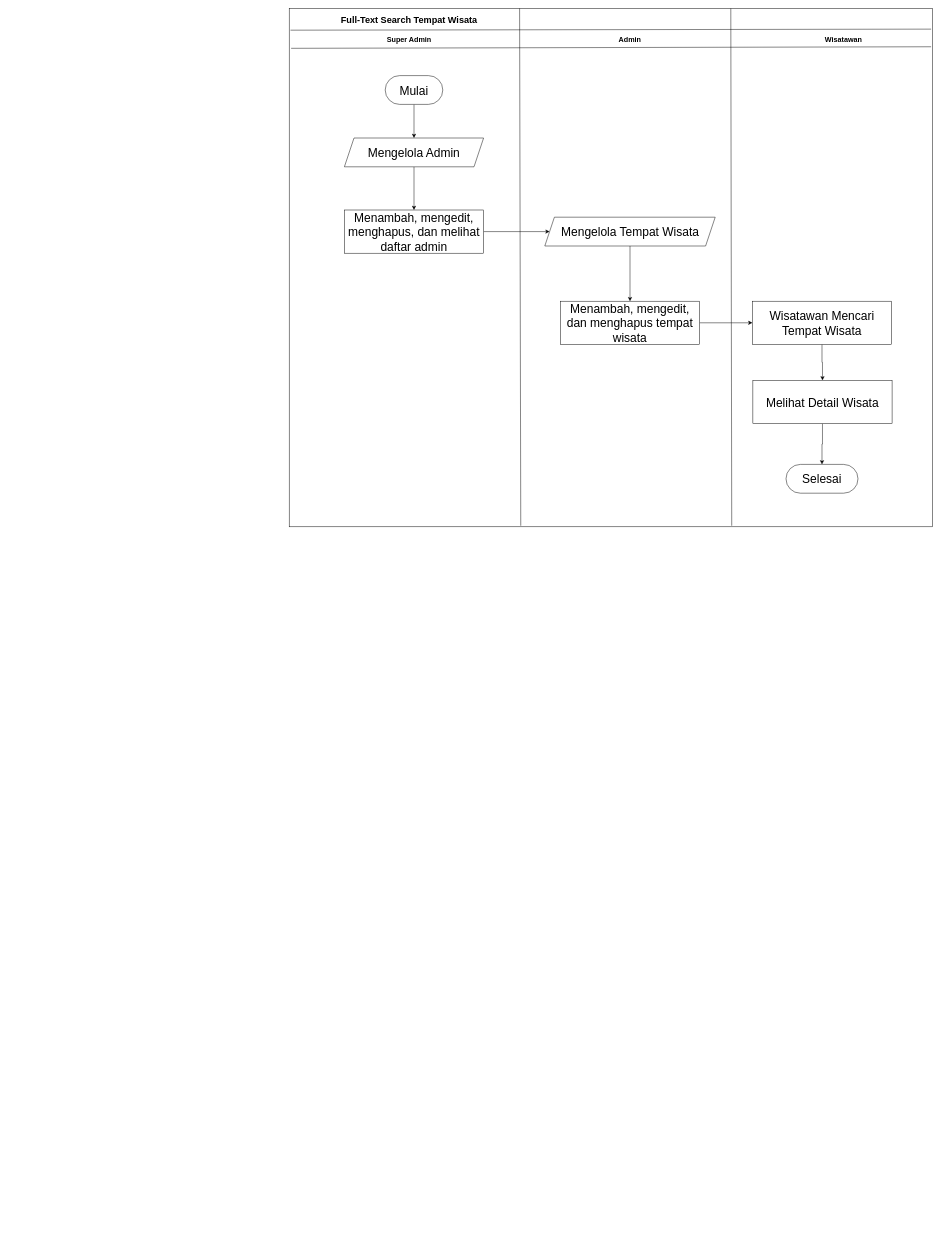
agungsaraswati/UML keeps this draw.io diagram as page "Flowmap Diagram" (1 of 7) of Untitled Diagram.drawio. Above is the earlier version. Source tidied: cells renumbered, new cells numbered last; positions are measured from the earlier drawing's top-left corner, leaving out a move shared by most shapes. Both pictures are drawn from the tidied source at 48%, with x=0, y=0 at pixel (289, 8).
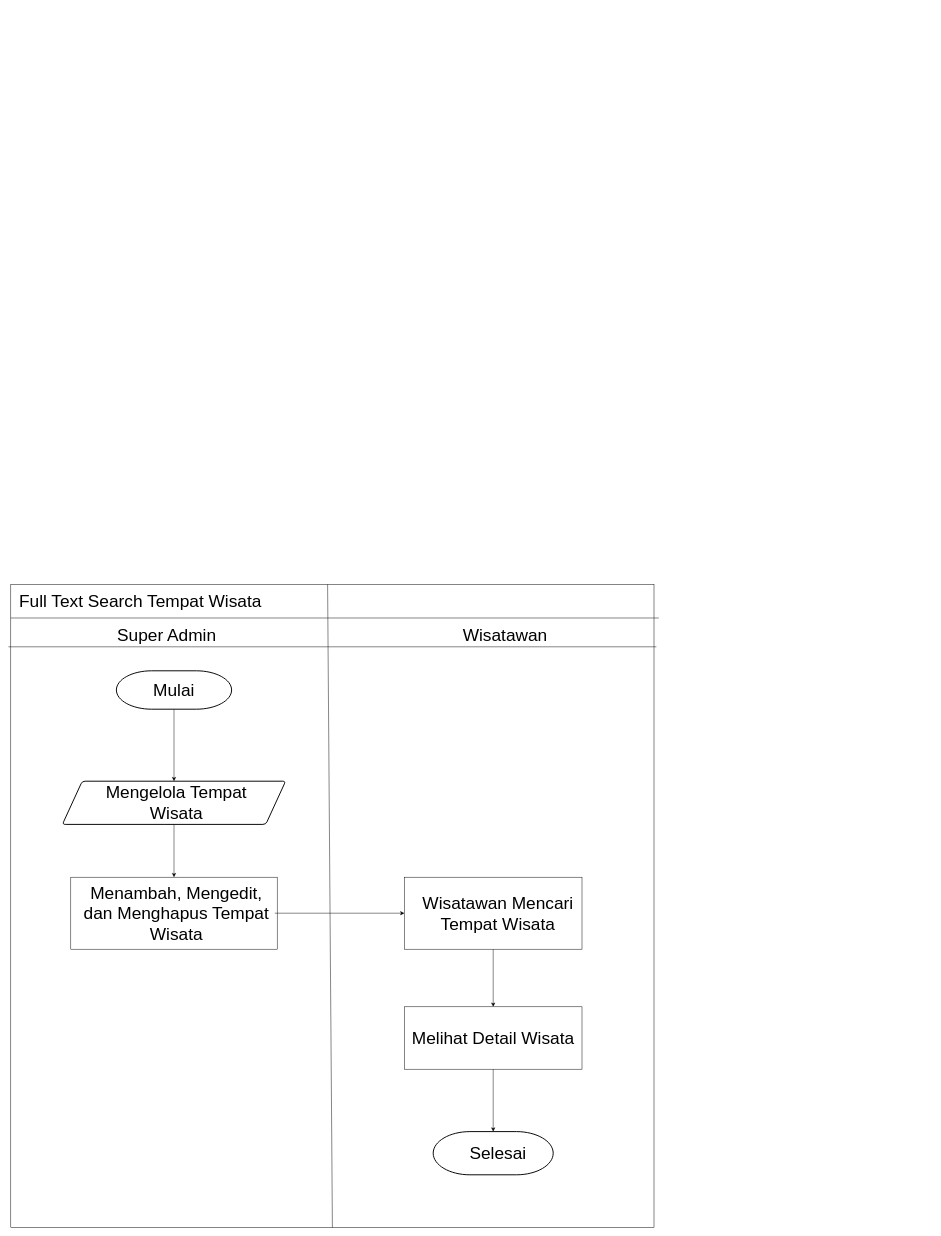
The same page after the edit.

The edit, as a diff of the source:
```diff
@@
-    <mxCell id="2" style="rounded=0;whiteSpace=wrap;html=1;" parent="1" vertex="1">
-      <mxGeometry width="1340" height="1080" as="geometry" />
-    </mxCell>
-    <mxCell id="3" style="edgeStyle=orthogonalEdgeStyle;rounded=0;jettySize=auto;html=1;entryX=0.5;entryY=0;entryDx=0;entryDy=0;" parent="1" edge="1" source="4" target="14">
-      <mxGeometry relative="1" as="geometry" />
-    </mxCell>
+    <mxCell id="26" style="whiteSpace=wrap;html=1;" parent="1" vertex="1">
+      <mxGeometry x="-580" y="1200" width="1340" height="1340" as="geometry" />
+    </mxCell>
+    <mxCell id="27" style="endArrow=none;html=1;rounded=0;exitX=0;exitY=0.112;exitDx=0;exitDy=0;exitPerimeter=0;" parent="1" edge="1">
+      <mxGeometry relative="1" as="geometry">
+        <mxPoint x="-580" y="1270" as="sourcePoint" />
+        <mxPoint x="770" y="1270" as="targetPoint" />
+      </mxGeometry>
+    </mxCell>
+    <mxCell id="28" style="endArrow=none;html=1;rounded=0;exitX=0;exitY=0.112;exitDx=0;exitDy=0;exitPerimeter=0;" parent="1" edge="1">
+      <mxGeometry relative="1" as="geometry">
+        <mxPoint x="-585" y="1330" as="sourcePoint" />
+        <mxPoint x="765" y="1330" as="targetPoint" />
+      </mxGeometry>
+    </mxCell>
+    <mxCell id="29" style="endArrow=none;html=1;rounded=0;entryX=0.5;entryY=0;entryDx=0;entryDy=0;exitX=0.5;exitY=1;exitDx=0;exitDy=0;" parent="1" edge="1" source="26">
+      <mxGeometry relative="1" as="geometry">
+        <mxPoint x="80" y="1200" as="targetPoint" />
+      </mxGeometry>
+    </mxCell>
+    <mxCell id="10" value="&lt;font style=&quot;font-size: 36px;&quot;&gt;Super Admin&lt;/font&gt;" style="text;html=1;align=center;verticalAlign=middle;whiteSpace=wrap;rounded=0;" parent="1" vertex="1">
+      <mxGeometry x="-370" y="1290" width="230" height="30" as="geometry" />
+    </mxCell>
+    <mxCell id="8" value="&lt;font style=&quot;font-size: 36px;&quot;&gt;Wisatawan&lt;/font&gt;" style="text;html=1;align=center;verticalAlign=middle;whiteSpace=wrap;rounded=0;" parent="1" vertex="1">
+      <mxGeometry x="335" y="1290" width="230" height="30" as="geometry" />
+    </mxCell>
+    <mxCell id="30" value="&lt;font style=&quot;font-size: 36px;&quot;&gt;Full Text Search Tempat Wisata&lt;/font&gt;" style="text;html=1;align=center;verticalAlign=middle;whiteSpace=wrap;rounded=0;" parent="1" vertex="1">
+      <mxGeometry x="-580" y="1220" width="540" height="30" as="geometry" />
+    </mxCell>
+    <mxCell id="31" style="edgeStyle=orthogonalEdgeStyle;rounded=0;jettySize=auto;html=1;entryX=0.5;entryY=0;entryDx=0;entryDy=0;" parent="1" edge="1" source="32" target="35">
+      <mxGeometry relative="1" as="geometry" />
+    </mxCell>
+    <mxCell id="32" style="strokeWidth=2;html=1;shape=mxgraph.flowchart.terminator;whiteSpace=wrap;" parent="1" vertex="1">
+      <mxGeometry x="-360" y="1380" width="240" height="80" as="geometry" />
+    </mxCell>
-    <mxCell id="4" value="&lt;font style=&quot;font-size: 25px;&quot;&gt;Mulai&lt;/font&gt;" style="rounded=1;whiteSpace=wrap;html=1;arcSize=50;" parent="1" vertex="1">
-      <mxGeometry x="200" y="140" width="120" height="60" as="geometry" />
+    <mxCell id="4" value="&lt;font style=&quot;font-size: 36px;&quot;&gt;Mulai&lt;/font&gt;" style="text;html=1;align=center;verticalAlign=middle;whiteSpace=wrap;rounded=0;" parent="1" vertex="1">
+      <mxGeometry x="-270" y="1405" width="60" height="30" as="geometry" />
     </mxCell>
-    <mxCell id="5" value="&lt;font style=&quot;font-size: 19px;&quot;&gt;&lt;b&gt;Full-Text Search Tempat Wisata&lt;/b&gt;&lt;/font&gt;" style="text;html=1;align=center;verticalAlign=middle;whiteSpace=wrap;rounded=0;" parent="1" vertex="1">
-      <mxGeometry x="90" y="10" width="320" height="30" as="geometry" />
-    </mxCell>
-    <mxCell id="6" style="endArrow=none;html=1;rounded=0;entryX=0.002;entryY=0.042;entryDx=0;entryDy=0;entryPerimeter=0;exitX=0.998;exitY=0.04;exitDx=0;exitDy=0;exitPerimeter=0;" parent="1" edge="1" source="2" target="2">
-      <mxGeometry relative="1" as="geometry" />
-    </mxCell>
-    <mxCell id="7" style="endArrow=none;html=1;rounded=0;entryX=0.003;entryY=0.077;entryDx=0;entryDy=0;entryPerimeter=0;exitX=0.998;exitY=0.074;exitDx=0;exitDy=0;exitPerimeter=0;" parent="1" edge="1" source="2" target="2">
-      <mxGeometry relative="1" as="geometry" />
-    </mxCell>
-    <mxCell id="8" value="&lt;span style=&quot;font-size: 15px;&quot;&gt;Wisatawan&lt;/span&gt;" style="text;html=1;align=center;verticalAlign=middle;whiteSpace=wrap;rounded=0;fontStyle=1;" parent="1" vertex="1">
-      <mxGeometry x="1125" y="50" width="60" height="30" as="geometry" />
-    </mxCell>
-    <mxCell id="9" value="&lt;span style=&quot;font-size: 15px;&quot;&gt;Admin&lt;/span&gt;" style="text;html=1;align=center;verticalAlign=middle;whiteSpace=wrap;rounded=0;fontStyle=1;" parent="1" vertex="1">
-      <mxGeometry x="680" y="50" width="60" height="30" as="geometry" />
-    </mxCell>
-    <mxCell id="10" value="&lt;font style=&quot;font-size: 15px;&quot;&gt;Super Admin&lt;/font&gt;" style="text;html=1;align=center;verticalAlign=middle;whiteSpace=wrap;rounded=0;fontStyle=1;" parent="1" vertex="1">
-      <mxGeometry x="195" y="50" width="110" height="30" as="geometry" />
-    </mxCell>
-    <mxCell id="11" style="endArrow=none;html=1;rounded=0;entryX=0.36;entryY=0.998;entryDx=0;entryDy=0;exitX=0.25;exitY=0;exitDx=0;exitDy=0;entryPerimeter=0;" parent="1" edge="1" target="2">
-      <mxGeometry relative="1" as="geometry">
-        <mxPoint x="480" as="sourcePoint" />
-      </mxGeometry>
-    </mxCell>
-    <mxCell id="12" style="endArrow=none;html=1;rounded=0;entryX=0.75;entryY=0;entryDx=0;entryDy=0;exitX=0.688;exitY=0.998;exitDx=0;exitDy=0;exitPerimeter=0;" parent="1" edge="1" source="2">
-      <mxGeometry relative="1" as="geometry">
-        <mxPoint x="920" as="targetPoint" />
-      </mxGeometry>
-    </mxCell>
-    <mxCell id="13" style="edgeStyle=orthogonalEdgeStyle;rounded=0;jettySize=auto;html=1;entryX=0.5;entryY=0;entryDx=0;entryDy=0;" parent="1" edge="1" source="14" target="16">
-      <mxGeometry relative="1" as="geometry" />
-    </mxCell>
-    <mxCell id="14" value="&lt;font style=&quot;font-size: 25px;&quot;&gt;Mengelola Admin&lt;/font&gt;" style="shape=parallelogram;perimeter=parallelogramPerimeter;whiteSpace=wrap;html=1;fixedSize=1;" parent="1" vertex="1">
-      <mxGeometry x="115" y="270" width="290" height="60" as="geometry" />
-    </mxCell>
-    <mxCell id="15" style="edgeStyle=orthogonalEdgeStyle;rounded=0;jettySize=auto;html=1;entryX=0;entryY=0.5;entryDx=0;entryDy=0;" parent="1" edge="1" source="16" target="18">
-      <mxGeometry relative="1" as="geometry" />
-    </mxCell>
-    <mxCell id="16" value="&lt;font style=&quot;font-size: 25px;&quot;&gt;Menambah, mengedit, menghapus, dan melihat daftar admin&lt;/font&gt;" style="rounded=0;whiteSpace=wrap;html=1;" parent="1" vertex="1">
-      <mxGeometry x="115" y="420" width="290" height="90" as="geometry" />
-    </mxCell>
-    <mxCell id="17" style="edgeStyle=orthogonalEdgeStyle;rounded=0;jettySize=auto;html=1;entryX=0.5;entryY=0;entryDx=0;entryDy=0;" parent="1" edge="1" source="18" target="20">
-      <mxGeometry relative="1" as="geometry" />
-    </mxCell>
+    <mxCell id="33" style="edgeStyle=orthogonalEdgeStyle;rounded=0;jettySize=auto;html=1;exitX=1;exitY=1;exitDx=0;exitDy=0;entryX=1;entryY=0.75;entryDx=0;entryDy=0;" parent="1" edge="1" source="35" target="18">
+      <mxGeometry relative="1" as="geometry" />
+    </mxCell>
+    <mxCell id="34" style="edgeStyle=orthogonalEdgeStyle;rounded=0;jettySize=auto;html=1;entryX=0.5;entryY=0;entryDx=0;entryDy=0;" parent="1" edge="1" source="35" target="36">
+      <mxGeometry relative="1" as="geometry" />
+    </mxCell>
+    <mxCell id="35" style="shape=parallelogram;html=1;strokeWidth=2;perimeter=parallelogramPerimeter;whiteSpace=wrap;rounded=1;arcSize=12;size=0.08870967741935484;" parent="1" vertex="1">
+      <mxGeometry x="-472.5" y="1610" width="465" height="90" as="geometry" />
+    </mxCell>
-    <mxCell id="18" value="&lt;font style=&quot;font-size: 25px;&quot;&gt;Mengelola Tempat Wisata&lt;/font&gt;" style="shape=parallelogram;perimeter=parallelogramPerimeter;whiteSpace=wrap;html=1;fixedSize=1;" parent="1" vertex="1">
-      <mxGeometry x="532.5" y="435" width="355" height="60" as="geometry" />
+    <mxCell id="18" value="&lt;font style=&quot;font-size: 36px;&quot;&gt;Mengelola Tempat Wisata&lt;/font&gt;" style="text;html=1;align=center;verticalAlign=middle;whiteSpace=wrap;rounded=0;" parent="1" vertex="1">
+      <mxGeometry x="-410" y="1640" width="350" height="30" as="geometry" />
     </mxCell>
-    <mxCell id="19" style="edgeStyle=orthogonalEdgeStyle;rounded=0;jettySize=auto;html=1;entryX=0;entryY=0.5;entryDx=0;entryDy=0;" parent="1" edge="1" source="20" target="22">
-      <mxGeometry relative="1" as="geometry" />
-    </mxCell>
-    <mxCell id="20" value="&lt;font style=&quot;font-size: 25px;&quot;&gt;Menambah, mengedit, dan menghapus tempat wisata&lt;/font&gt;" style="rounded=0;whiteSpace=wrap;html=1;" parent="1" vertex="1">
-      <mxGeometry x="565" y="610" width="290" height="90" as="geometry" />
-    </mxCell>
-    <mxCell id="21" style="edgeStyle=orthogonalEdgeStyle;rounded=0;jettySize=auto;html=1;entryX=0.5;entryY=0;entryDx=0;entryDy=0;" parent="1" edge="1" source="22" target="24">
-      <mxGeometry relative="1" as="geometry" />
-    </mxCell>
+    <mxCell id="36" style="rounded=0;whiteSpace=wrap;html=1;" parent="1" vertex="1">
+      <mxGeometry x="-455" y="1810" width="430" height="150" as="geometry" />
+    </mxCell>
+    <mxCell id="37" style="edgeStyle=orthogonalEdgeStyle;rounded=0;jettySize=auto;html=1;entryX=0;entryY=0.5;entryDx=0;entryDy=0;" parent="1" edge="1" source="38" target="40">
+      <mxGeometry relative="1" as="geometry" />
+    </mxCell>
+    <mxCell id="38" value="&lt;font style=&quot;font-size: 36px;&quot;&gt;Menambah, Mengedit, dan Menghapus Tempat Wisata&lt;/font&gt;" style="text;html=1;align=center;verticalAlign=middle;whiteSpace=wrap;rounded=0;" parent="1" vertex="1">
+      <mxGeometry x="-440" y="1870" width="410" height="30" as="geometry" />
+    </mxCell>
+    <mxCell id="39" style="edgeStyle=orthogonalEdgeStyle;rounded=0;jettySize=auto;html=1;entryX=0.5;entryY=0;entryDx=0;entryDy=0;" parent="1" edge="1" source="40" target="41">
+      <mxGeometry relative="1" as="geometry" />
+    </mxCell>
+    <mxCell id="40" style="rounded=0;whiteSpace=wrap;html=1;" parent="1" vertex="1">
+      <mxGeometry x="240" y="1810" width="370" height="150" as="geometry" />
+    </mxCell>
-    <mxCell id="22" value="&lt;font style=&quot;font-size: 25px;&quot;&gt;Wisatawan Mencari Tempat Wisata&lt;/font&gt;" style="rounded=0;whiteSpace=wrap;html=1;" parent="1" vertex="1">
-      <mxGeometry x="965" y="610" width="290" height="90" as="geometry" />
+    <mxCell id="22" value="&lt;font style=&quot;font-size: 36px;&quot;&gt;Wisatawan Mencari Tempat Wisata&lt;/font&gt;" style="text;html=1;align=center;verticalAlign=middle;whiteSpace=wrap;rounded=0;" parent="1" vertex="1">
+      <mxGeometry x="270" y="1870" width="330" height="30" as="geometry" />
     </mxCell>
-    <mxCell id="23" style="edgeStyle=orthogonalEdgeStyle;rounded=0;jettySize=auto;html=1;entryX=0.5;entryY=0;entryDx=0;entryDy=0;" parent="1" edge="1" source="24" target="25">
-      <mxGeometry relative="1" as="geometry" />
-    </mxCell>
+    <mxCell id="41" style="rounded=0;whiteSpace=wrap;html=1;" parent="1" vertex="1">
+      <mxGeometry x="240" y="2080" width="370" height="130" as="geometry" />
+    </mxCell>
-    <mxCell id="24" value="&lt;font style=&quot;font-size: 25px;&quot;&gt;Melihat Detail Wisata&lt;/font&gt;" style="rounded=0;whiteSpace=wrap;html=1;" parent="1" vertex="1">
-      <mxGeometry x="966" y="775" width="290" height="90" as="geometry" />
+    <mxCell id="24" value="&lt;font style=&quot;font-size: 36px;&quot;&gt;Melihat Detail Wisata&lt;/font&gt;" style="text;html=1;align=center;verticalAlign=middle;whiteSpace=wrap;rounded=0;" parent="1" vertex="1">
+      <mxGeometry x="250" y="2130" width="350" height="30" as="geometry" />
     </mxCell>
+    <mxCell id="42" style="strokeWidth=2;html=1;shape=mxgraph.flowchart.terminator;whiteSpace=wrap;" parent="1" vertex="1">
+      <mxGeometry x="300" y="2340" width="250" height="90" as="geometry" />
+    </mxCell>
-    <mxCell id="25" value="&lt;font style=&quot;font-size: 25px;&quot;&gt;Selesai&lt;/font&gt;" style="rounded=1;whiteSpace=wrap;html=1;arcSize=50;" parent="1" vertex="1">
-      <mxGeometry x="1035" y="950" width="150" height="60" as="geometry" />
+    <mxCell id="25" value="&lt;font style=&quot;font-size: 36px;&quot;&gt;Selesai&lt;/font&gt;" style="text;html=1;align=center;verticalAlign=middle;whiteSpace=wrap;rounded=0;" parent="1" vertex="1">
+      <mxGeometry x="405" y="2370" width="60" height="30" as="geometry" />
     </mxCell>
+    <mxCell id="43" style="edgeStyle=orthogonalEdgeStyle;rounded=0;jettySize=auto;html=1;entryX=0.5;entryY=0;entryDx=0;entryDy=0;entryPerimeter=0;" parent="1" edge="1" source="41" target="42">
+      <mxGeometry relative="1" as="geometry" />
+    </mxCell>
```
